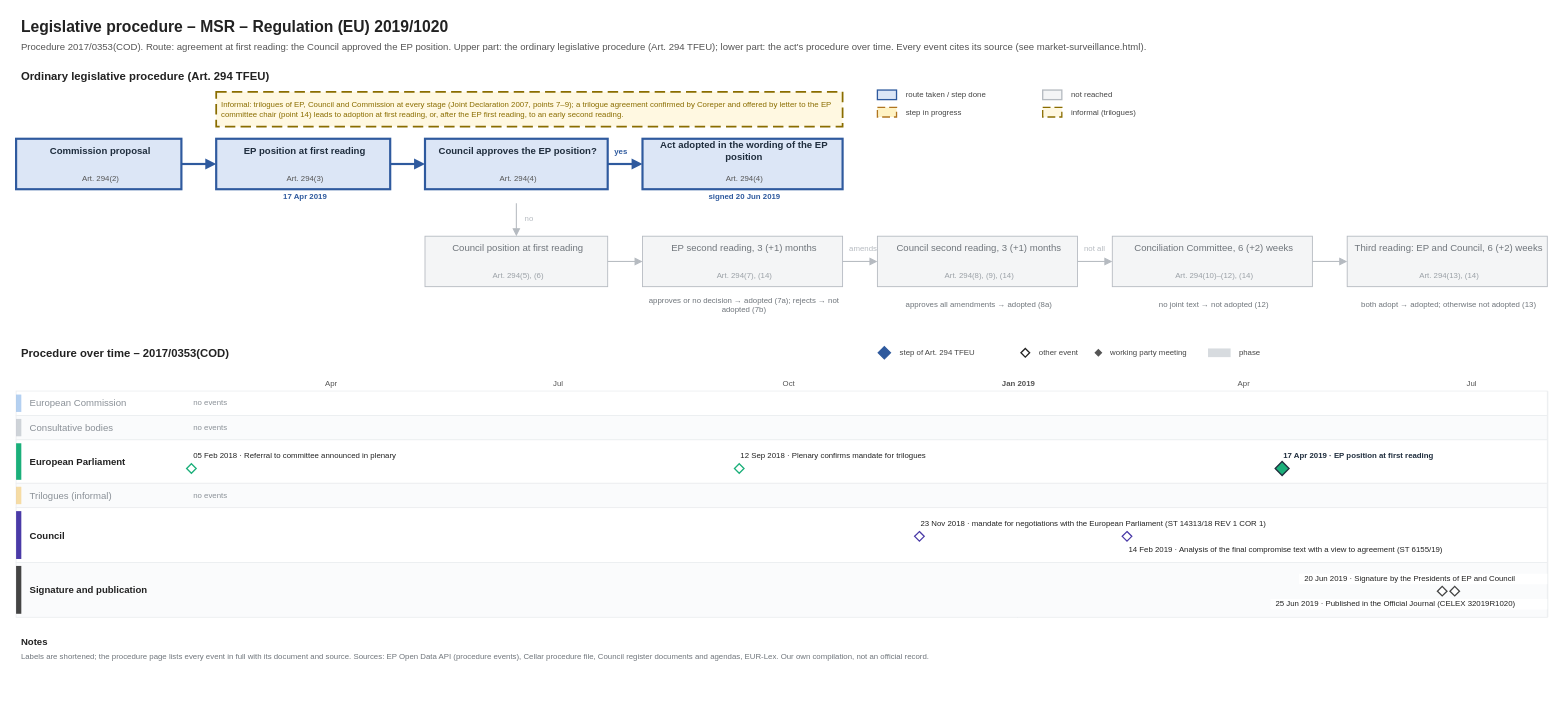
The draw.io diagram procedures/market-surveillance.drawio in git-z0man/eu-regulation-timeline, before the edit. Source tidied: cells renumbered, new cells numbered last; positions are measured from the earlier drawing's top-left corner, leaving out a move shared by most shapes. Both pictures are drawn from the tidied source at 87%, with x=0, y=0 at pixel (16, 15).
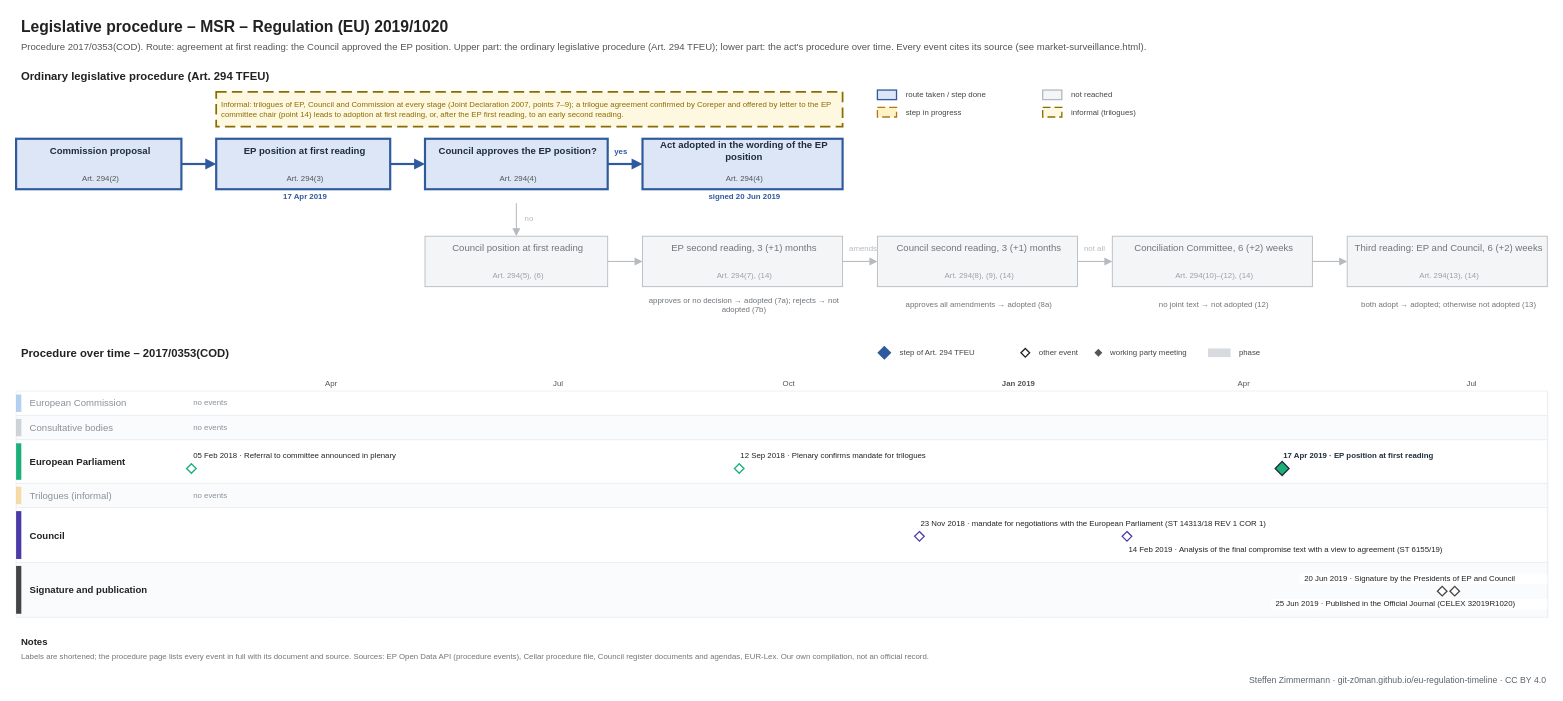
The same diagram, later.

Change to the diagram source:
```diff
@@
+    <mxCell id="131" value="Steffen Zimmermann · git-z0man.github.io/eu-regulation-timeline · CC BY 4.0" style="text;html=1;fontSize=10;fontColor=#5b646b;align=right;verticalAlign=middle;spacingLeft=4;" parent="1" vertex="1">
+      <mxGeometry y="756" width="1760" height="16" as="geometry" />
+    </mxCell>
```
